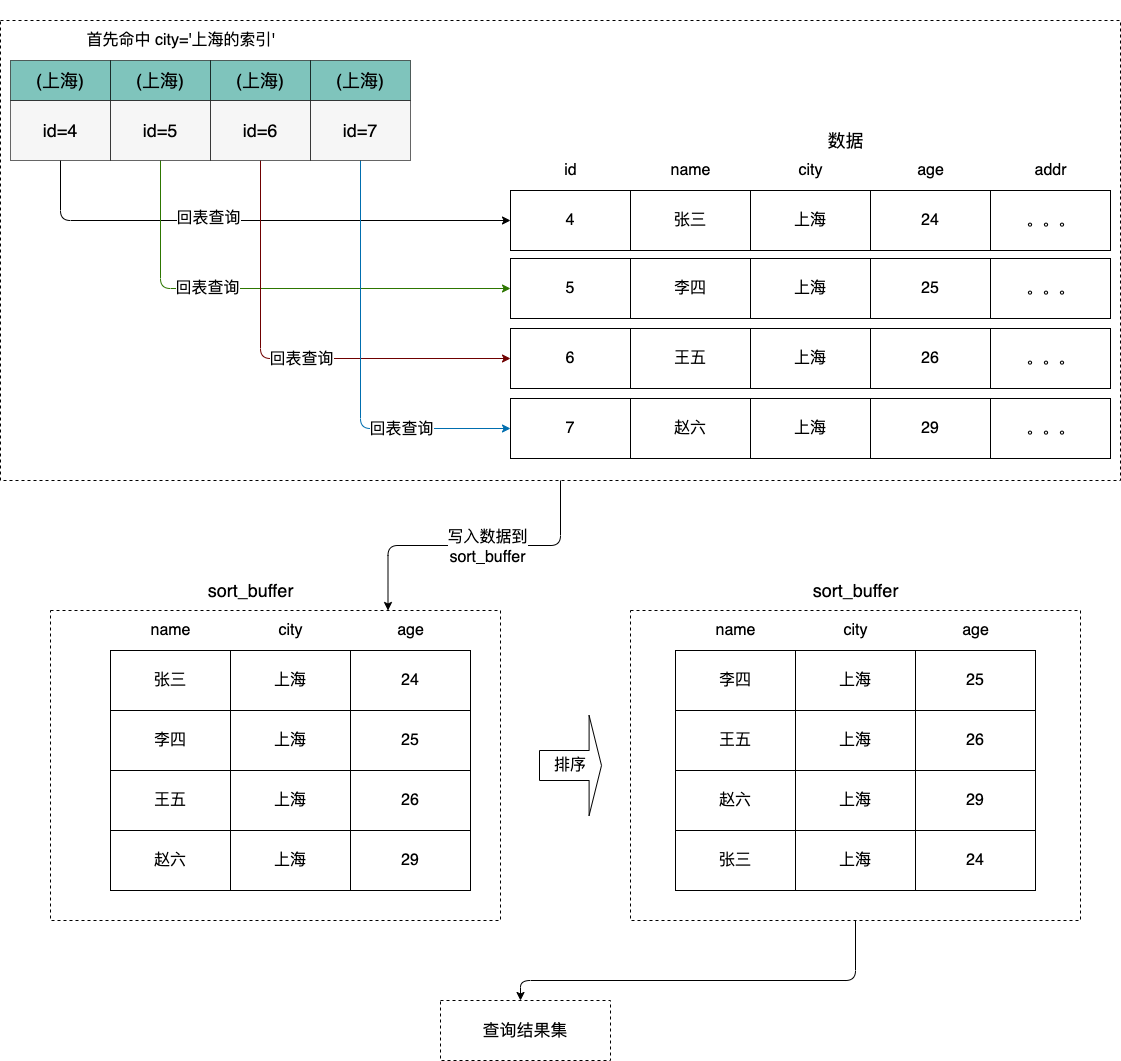
Above: img/mysql/mysql-order-by-all-date.png in boilingfrog/Go-POINT (draw.io), before the change. Source tidied: cells renumbered, new cells last; positions are measured from the earlier drawing's top-left corner, leaving out a move shared by most shapes.
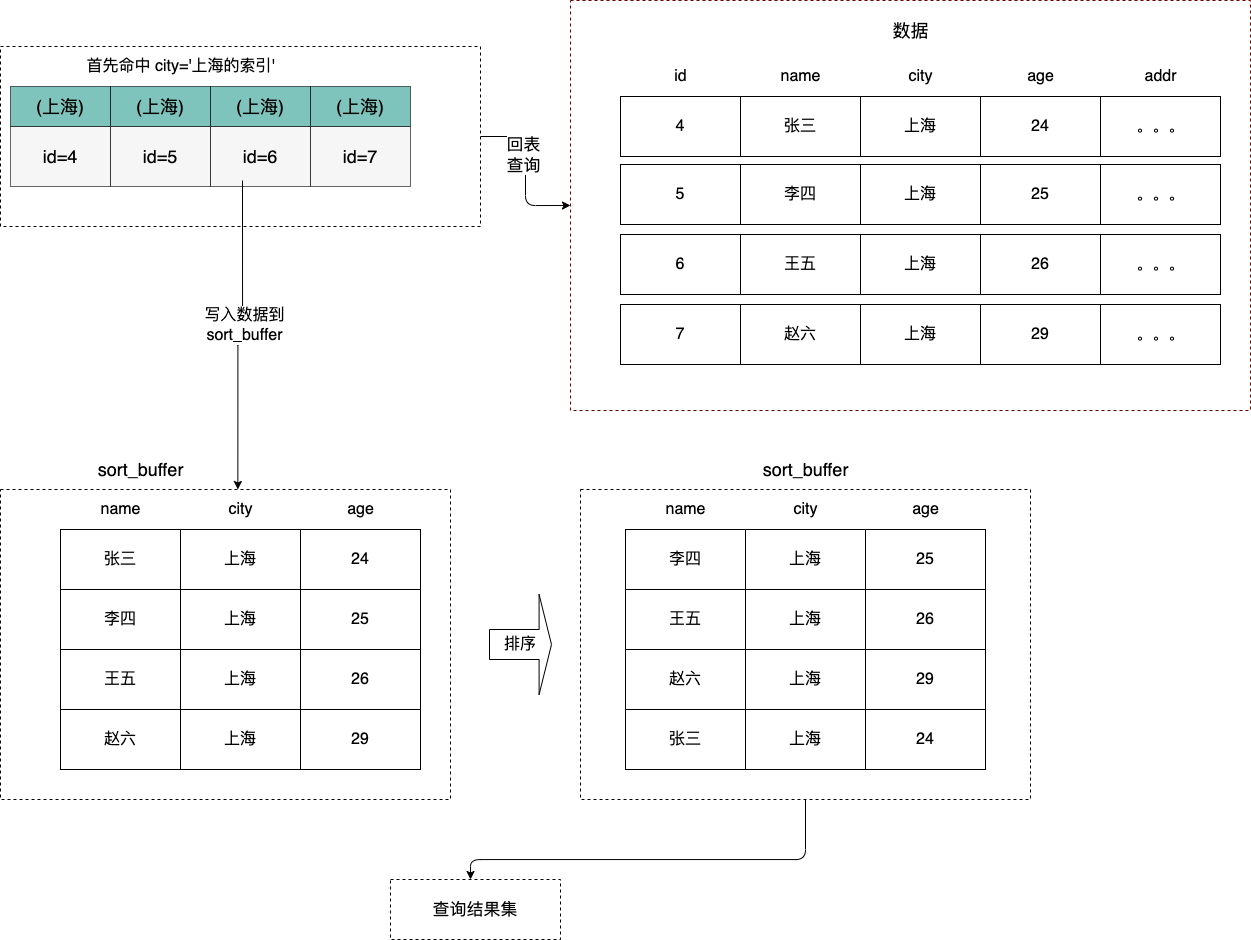
The same file after the commit.

What changed in the source:
```diff
@@ -4,2 +4,11 @@
     <mxCell id="1" parent="0" />
+    <mxCell id="86" style="edgeStyle=orthogonalEdgeStyle;html=1;entryX=0;entryY=0.5;entryDx=0;entryDy=0;fontSize=17;" parent="1" edge="1" source="84" target="88">
+      <mxGeometry relative="1" as="geometry" />
+    </mxCell>
+    <mxCell id="87" value="回表&lt;br&gt;查询" style="edgeLabel;html=1;align=center;verticalAlign=middle;fontSize=17;" parent="86" vertex="1">
+      <mxGeometry x="-0.22" y="-3" relative="1" as="geometry" />
+    </mxCell>
+    <mxCell id="84" style="rounded=0;whiteSpace=wrap;html=1;fillColor=none;dashed=1;" parent="1" vertex="1">
+      <mxGeometry x="50" y="167" width="480" height="180" as="geometry" />
+    </mxCell>
     <mxCell id="2" style="rounded=0;whiteSpace=wrap;html=1;fillColor=none;dashed=1;" parent="1" vertex="1">
@@ -20,147 +29,25 @@
     <mxCell id="5" value="(上海)" style="rounded=0;whiteSpace=wrap;html=1;fontSize=18;fillColor=#2A9D8F;opacity=60;" parent="1" vertex="1">
-      <mxGeometry x="10" y="60" width="100" height="40" as="geometry" />
+      <mxGeometry x="60" y="207" width="100" height="40" as="geometry" />
     </mxCell>
     <mxCell id="6" value="(上海)" style="rounded=0;whiteSpace=wrap;html=1;fontSize=18;fillColor=#2A9D8F;opacity=60;" parent="1" vertex="1">
-      <mxGeometry x="110" y="60" width="100" height="40" as="geometry" />
+      <mxGeometry x="160" y="207" width="100" height="40" as="geometry" />
     </mxCell>
     <mxCell id="7" value="(上海)" style="rounded=0;whiteSpace=wrap;html=1;fontSize=18;fillColor=#2A9D8F;opacity=60;" parent="1" vertex="1">
-      <mxGeometry x="210" y="60" width="100" height="40" as="geometry" />
+      <mxGeometry x="260" y="207" width="100" height="40" as="geometry" />
     </mxCell>
-    <mxCell id="8" style="edgeStyle=orthogonalEdgeStyle;html=1;entryX=0;entryY=0.5;entryDx=0;entryDy=0;" parent="1" edge="1" source="10" target="21">
-      <mxGeometry relative="1" as="geometry">
-        <Array as="points">
-          <mxPoint x="60" y="220" />
-        </Array>
-      </mxGeometry>
-    </mxCell>
-    <mxCell id="9" value="&lt;font style=&quot;font-size: 16px&quot;&gt;回表查询&lt;/font&gt;" style="edgeLabel;html=1;align=center;verticalAlign=middle;" parent="8" vertex="1">
-      <mxGeometry x="-0.19" y="3" relative="1" as="geometry" />
-    </mxCell>
     <mxCell id="10" value="id=4" style="rounded=0;whiteSpace=wrap;html=1;fontSize=18;fillColor=#F0F0F0;opacity=60;" parent="1" vertex="1">
-      <mxGeometry x="10" y="100" width="100" height="60" as="geometry" />
+      <mxGeometry x="60" y="247" width="100" height="60" as="geometry" />
     </mxCell>
-    <mxCell id="11" style="edgeStyle=orthogonalEdgeStyle;html=1;entryX=0;entryY=0.5;entryDx=0;entryDy=0;fillColor=#60a917;strokeColor=#2D7600;" parent="1" edge="1" source="13" target="23">
-      <mxGeometry relative="1" as="geometry">
-        <Array as="points">
-          <mxPoint x="160" y="288" />
-        </Array>
-      </mxGeometry>
-    </mxCell>
-    <mxCell id="12" value="回表查询" style="edgeLabel;html=1;align=center;verticalAlign=middle;fontSize=16;" parent="11" vertex="1">
-      <mxGeometry x="-0.27" y="1" relative="1" as="geometry" />
-    </mxCell>
     <mxCell id="13" value="id=5" style="rounded=0;whiteSpace=wrap;html=1;fontSize=18;fillColor=#F0F0F0;opacity=60;" parent="1" vertex="1">
-      <mxGeometry x="110" y="100" width="100" height="60" as="geometry" />
+      <mxGeometry x="160" y="247" width="100" height="60" as="geometry" />
     </mxCell>
-    <mxCell id="14" style="edgeStyle=orthogonalEdgeStyle;html=1;entryX=0;entryY=0.5;entryDx=0;entryDy=0;fillColor=#a20025;strokeColor=#6F0000;" parent="1" edge="1" source="16" target="25">
-      <mxGeometry relative="1" as="geometry">
-        <Array as="points">
-          <mxPoint x="260" y="358" />
-        </Array>
-      </mxGeometry>
-    </mxCell>
-    <mxCell id="15" value="回表查询" style="edgeLabel;html=1;align=center;verticalAlign=middle;fontSize=16;" parent="14" vertex="1">
-      <mxGeometry x="0.08" y="-1" relative="1" as="geometry">
-        <mxPoint x="-5" y="-1" as="offset" />
-      </mxGeometry>
-    </mxCell>
     <mxCell id="16" value="id=6" style="rounded=0;whiteSpace=wrap;html=1;fontSize=18;fillColor=#F0F0F0;opacity=60;" parent="1" vertex="1">
-      <mxGeometry x="210" y="100" width="100" height="60" as="geometry" />
+      <mxGeometry x="260" y="247" width="100" height="60" as="geometry" />
     </mxCell>
     <mxCell id="17" value="(上海)" style="rounded=0;whiteSpace=wrap;html=1;fontSize=18;fillColor=#2A9D8F;opacity=60;" parent="1" vertex="1">
-      <mxGeometry x="310" y="60" width="100" height="40" as="geometry" />
+      <mxGeometry x="360" y="207" width="100" height="40" as="geometry" />
     </mxCell>
-    <mxCell id="18" style="edgeStyle=orthogonalEdgeStyle;html=1;entryX=0;entryY=0.5;entryDx=0;entryDy=0;fillColor=#1ba1e2;strokeColor=#006EAF;" parent="1" edge="1" source="20" target="27">
-      <mxGeometry relative="1" as="geometry">
-        <Array as="points">
-          <mxPoint x="360" y="428" />
-        </Array>
-      </mxGeometry>
-    </mxCell>
-    <mxCell id="19" value="回表查询" style="edgeLabel;html=1;align=center;verticalAlign=middle;fontSize=16;" parent="18" vertex="1">
-      <mxGeometry x="0.61" y="-1" relative="1" as="geometry">
-        <mxPoint x="-29" y="-1" as="offset" />
-      </mxGeometry>
-    </mxCell>
     <mxCell id="20" value="id=7" style="rounded=0;whiteSpace=wrap;html=1;fontSize=18;fillColor=#F0F0F0;opacity=60;" parent="1" vertex="1">
-      <mxGeometry x="310" y="100" width="100" height="60" as="geometry" />
+      <mxGeometry x="360" y="247" width="100" height="60" as="geometry" />
     </mxCell>
-    <mxCell id="21" value="4" style="rounded=0;whiteSpace=wrap;html=1;fontSize=16;fillColor=none;" parent="1" vertex="1">
-      <mxGeometry x="510" y="190" width="120" height="60" as="geometry" />
-    </mxCell>
-    <mxCell id="22" value="张三" style="rounded=0;whiteSpace=wrap;html=1;fontSize=16;fillColor=none;" parent="1" vertex="1">
-      <mxGeometry x="630" y="190" width="120" height="60" as="geometry" />
-    </mxCell>
-    <mxCell id="23" value="5" style="rounded=0;whiteSpace=wrap;html=1;fontSize=16;fillColor=none;" parent="1" vertex="1">
-      <mxGeometry x="510" y="258" width="120" height="60" as="geometry" />
-    </mxCell>
-    <mxCell id="24" value="李四" style="rounded=0;whiteSpace=wrap;html=1;fontSize=16;fillColor=none;" parent="1" vertex="1">
-      <mxGeometry x="630" y="258" width="120" height="60" as="geometry" />
-    </mxCell>
-    <mxCell id="25" value="6" style="rounded=0;whiteSpace=wrap;html=1;fontSize=16;fillColor=none;" parent="1" vertex="1">
-      <mxGeometry x="510" y="328" width="120" height="60" as="geometry" />
-    </mxCell>
-    <mxCell id="26" value="王五" style="rounded=0;whiteSpace=wrap;html=1;fontSize=16;fillColor=none;" parent="1" vertex="1">
-      <mxGeometry x="630" y="328" width="120" height="60" as="geometry" />
-    </mxCell>
-    <mxCell id="27" value="7" style="rounded=0;whiteSpace=wrap;html=1;fontSize=16;fillColor=none;" parent="1" vertex="1">
-      <mxGeometry x="510" y="398" width="120" height="60" as="geometry" />
-    </mxCell>
-    <mxCell id="28" value="赵六" style="rounded=0;whiteSpace=wrap;html=1;fontSize=16;fillColor=none;" parent="1" vertex="1">
-      <mxGeometry x="630" y="398" width="120" height="60" as="geometry" />
-    </mxCell>
-    <mxCell id="29" value="&lt;font style=&quot;font-size: 18px&quot;&gt;数据&lt;/font&gt;" style="text;html=1;align=center;verticalAlign=middle;strokeColor=none;fillColor=none;" parent="1" vertex="1">
-      <mxGeometry x="820" y="130" width="50" height="20" as="geometry" />
-    </mxCell>
-    <mxCell id="30" value="上海" style="rounded=0;whiteSpace=wrap;html=1;fontSize=16;fillColor=none;" parent="1" vertex="1">
-      <mxGeometry x="750" y="190" width="120" height="60" as="geometry" />
-    </mxCell>
-    <mxCell id="31" value="&lt;font style=&quot;font-size: 16px&quot;&gt;id&lt;/font&gt;" style="text;html=1;align=center;verticalAlign=middle;strokeColor=none;fillColor=none;" parent="1" vertex="1">
-      <mxGeometry x="555" y="160" width="30" height="20" as="geometry" />
-    </mxCell>
-    <mxCell id="32" value="&lt;font style=&quot;font-size: 16px&quot;&gt;name&lt;/font&gt;" style="text;html=1;align=center;verticalAlign=middle;strokeColor=none;fillColor=none;" parent="1" vertex="1">
-      <mxGeometry x="660" y="160" width="60" height="20" as="geometry" />
-    </mxCell>
-    <mxCell id="33" value="&lt;font style=&quot;font-size: 16px&quot;&gt;city&lt;/font&gt;" style="text;html=1;align=center;verticalAlign=middle;strokeColor=none;fillColor=none;" parent="1" vertex="1">
-      <mxGeometry x="790" y="160" width="40" height="20" as="geometry" />
-    </mxCell>
-    <mxCell id="34" value="上海" style="rounded=0;whiteSpace=wrap;html=1;fontSize=16;fillColor=none;" parent="1" vertex="1">
-      <mxGeometry x="750" y="258" width="120" height="60" as="geometry" />
-    </mxCell>
-    <mxCell id="35" value="上海" style="rounded=0;whiteSpace=wrap;html=1;fontSize=16;fillColor=none;" parent="1" vertex="1">
-      <mxGeometry x="750" y="328" width="120" height="60" as="geometry" />
-    </mxCell>
-    <mxCell id="36" value="上海" style="rounded=0;whiteSpace=wrap;html=1;fontSize=16;fillColor=none;" parent="1" vertex="1">
-      <mxGeometry x="750" y="398" width="120" height="60" as="geometry" />
-    </mxCell>
-    <mxCell id="37" value="24" style="rounded=0;whiteSpace=wrap;html=1;fontSize=16;fillColor=none;" parent="1" vertex="1">
-      <mxGeometry x="870" y="190" width="120" height="60" as="geometry" />
-    </mxCell>
-    <mxCell id="38" value="。。。" style="rounded=0;whiteSpace=wrap;html=1;fontSize=16;fillColor=none;" parent="1" vertex="1">
-      <mxGeometry x="990" y="190" width="120" height="60" as="geometry" />
-    </mxCell>
-    <mxCell id="39" value="&lt;span style=&quot;font-size: 16px&quot;&gt;age&lt;/span&gt;" style="text;html=1;align=center;verticalAlign=middle;strokeColor=none;fillColor=none;" parent="1" vertex="1">
-      <mxGeometry x="910" y="160" width="40" height="20" as="geometry" />
-    </mxCell>
-    <mxCell id="40" value="&lt;font style=&quot;font-size: 16px&quot;&gt;addr&lt;/font&gt;" style="text;html=1;align=center;verticalAlign=middle;strokeColor=none;fillColor=none;" parent="1" vertex="1">
-      <mxGeometry x="1025" y="160" width="50" height="20" as="geometry" />
-    </mxCell>
-    <mxCell id="41" value="25" style="rounded=0;whiteSpace=wrap;html=1;fontSize=16;fillColor=none;" parent="1" vertex="1">
-      <mxGeometry x="870" y="258" width="120" height="60" as="geometry" />
-    </mxCell>
-    <mxCell id="42" value="。。。" style="rounded=0;whiteSpace=wrap;html=1;fontSize=16;fillColor=none;" parent="1" vertex="1">
-      <mxGeometry x="990" y="258" width="120" height="60" as="geometry" />
-    </mxCell>
-    <mxCell id="43" value="26" style="rounded=0;whiteSpace=wrap;html=1;fontSize=16;fillColor=none;" parent="1" vertex="1">
-      <mxGeometry x="870" y="328" width="120" height="60" as="geometry" />
-    </mxCell>
-    <mxCell id="44" value="。。。" style="rounded=0;whiteSpace=wrap;html=1;fontSize=16;fillColor=none;" parent="1" vertex="1">
-      <mxGeometry x="990" y="328" width="120" height="60" as="geometry" />
-    </mxCell>
-    <mxCell id="45" value="29" style="rounded=0;whiteSpace=wrap;html=1;fontSize=16;fillColor=none;" parent="1" vertex="1">
-      <mxGeometry x="870" y="398" width="120" height="60" as="geometry" />
-    </mxCell>
-    <mxCell id="46" value="。。。" style="rounded=0;whiteSpace=wrap;html=1;fontSize=16;fillColor=none;" parent="1" vertex="1">
-      <mxGeometry x="990" y="398" width="120" height="60" as="geometry" />
-    </mxCell>
     <mxCell id="47" value="张三" style="rounded=0;whiteSpace=wrap;html=1;fontSize=16;fillColor=none;" parent="1" vertex="1">
@@ -178,3 +65,3 @@
     <mxCell id="51" value="&lt;span style=&quot;font-size: 18px&quot;&gt;sort_buffer&lt;/span&gt;" style="text;html=1;align=center;verticalAlign=middle;strokeColor=none;fillColor=none;" parent="1" vertex="1">
-      <mxGeometry x="200" y="580" width="100" height="20" as="geometry" />
+      <mxGeometry x="140" y="580" width="100" height="20" as="geometry" />
     </mxCell>
@@ -264,10 +151,14 @@
     </mxCell>
-    <mxCell id="80" value="&lt;pre style=&quot;background-color: rgb(43 , 43 , 43)&quot;&gt;&lt;div style=&quot;background-color: rgb(30 , 30 , 30) ; line-height: 20px&quot;&gt;&lt;font color=&quot;#d4d4d4&quot; face=&quot;menlo, monaco, courier new, monospace&quot;&gt;&lt;span style=&quot;font-size: 13px&quot;&gt;&lt;br&gt;&lt;/span&gt;&lt;/font&gt;&lt;/div&gt;&lt;/pre&gt;" style="text;html=1;align=center;verticalAlign=middle;strokeColor=none;fillColor=none;fontSize=16;" parent="1" vertex="1">
-      <mxGeometry x="420" width="20" height="60" as="geometry" />
-    </mxCell>
     <mxCell id="81" value="首先命中 city='上海的索引'" style="text;html=1;align=center;verticalAlign=middle;strokeColor=none;fillColor=none;fontSize=16;" parent="1" vertex="1">
-      <mxGeometry x="80" y="30" width="200" height="20" as="geometry" />
+      <mxGeometry x="130" y="177" width="200" height="20" as="geometry" />
     </mxCell>
-    <mxCell id="82" style="edgeStyle=orthogonalEdgeStyle;html=1;fontSize=16;entryX=0.75;entryY=0;entryDx=0;entryDy=0;" parent="1" edge="1" source="84" target="4">
-      <mxGeometry relative="1" as="geometry" />
+    <mxCell id="82" style="edgeStyle=orthogonalEdgeStyle;html=1;fontSize=16;entryX=0.523;entryY=0;entryDx=0;entryDy=0;entryPerimeter=0;" parent="1" edge="1">
+      <mxGeometry relative="1" as="geometry">
+        <mxPoint x="292" y="301" as="sourcePoint" />
+        <mxPoint x="287.4" y="610" as="targetPoint" />
+        <Array as="points">
+          <mxPoint x="292" y="456" />
+          <mxPoint x="287" y="456" />
+        </Array>
+      </mxGeometry>
     </mxCell>
@@ -276,5 +167,2 @@
     </mxCell>
-    <mxCell id="84" style="rounded=0;whiteSpace=wrap;html=1;fillColor=none;dashed=1;" parent="1" vertex="1">
-      <mxGeometry y="20" width="1120" height="460" as="geometry" />
-    </mxCell>
     <mxCell id="85" value="&lt;font style=&quot;font-size: 17px&quot;&gt;查询结果集&lt;/font&gt;" style="rounded=0;whiteSpace=wrap;html=1;fillColor=none;dashed=1;" parent="1" vertex="1">
@@ -282,2 +170,83 @@
     </mxCell>
+    <mxCell id="88" style="rounded=0;whiteSpace=wrap;html=1;fillColor=none;dashed=1;strokeColor=#6F0000;" parent="1" vertex="1">
+      <mxGeometry x="620" y="121" width="680" height="410" as="geometry" />
+    </mxCell>
+    <mxCell id="21" value="4" style="rounded=0;whiteSpace=wrap;html=1;fontSize=16;fillColor=none;" parent="1" vertex="1">
+      <mxGeometry x="670" y="217" width="120" height="60" as="geometry" />
+    </mxCell>
+    <mxCell id="22" value="张三" style="rounded=0;whiteSpace=wrap;html=1;fontSize=16;fillColor=none;" parent="1" vertex="1">
+      <mxGeometry x="790" y="217" width="120" height="60" as="geometry" />
+    </mxCell>
+    <mxCell id="23" value="5" style="rounded=0;whiteSpace=wrap;html=1;fontSize=16;fillColor=none;" parent="1" vertex="1">
+      <mxGeometry x="670" y="285" width="120" height="60" as="geometry" />
+    </mxCell>
+    <mxCell id="24" value="李四" style="rounded=0;whiteSpace=wrap;html=1;fontSize=16;fillColor=none;" parent="1" vertex="1">
+      <mxGeometry x="790" y="285" width="120" height="60" as="geometry" />
+    </mxCell>
+    <mxCell id="25" value="6" style="rounded=0;whiteSpace=wrap;html=1;fontSize=16;fillColor=none;" parent="1" vertex="1">
+      <mxGeometry x="670" y="355" width="120" height="60" as="geometry" />
+    </mxCell>
+    <mxCell id="26" value="王五" style="rounded=0;whiteSpace=wrap;html=1;fontSize=16;fillColor=none;" parent="1" vertex="1">
+      <mxGeometry x="790" y="355" width="120" height="60" as="geometry" />
+    </mxCell>
+    <mxCell id="27" value="7" style="rounded=0;whiteSpace=wrap;html=1;fontSize=16;fillColor=none;" parent="1" vertex="1">
+      <mxGeometry x="670" y="425" width="120" height="60" as="geometry" />
+    </mxCell>
+    <mxCell id="28" value="赵六" style="rounded=0;whiteSpace=wrap;html=1;fontSize=16;fillColor=none;" parent="1" vertex="1">
+      <mxGeometry x="790" y="425" width="120" height="60" as="geometry" />
+    </mxCell>
+    <mxCell id="29" value="&lt;font style=&quot;font-size: 18px&quot;&gt;数据&lt;/font&gt;" style="text;html=1;align=center;verticalAlign=middle;strokeColor=none;fillColor=none;" parent="1" vertex="1">
+      <mxGeometry x="935" y="141" width="50" height="20" as="geometry" />
+    </mxCell>
+    <mxCell id="89" value="上海" style="rounded=0;whiteSpace=wrap;html=1;fontSize=16;fillColor=none;" parent="1" vertex="1">
+      <mxGeometry x="910" y="217" width="120" height="60" as="geometry" />
+    </mxCell>
+    <mxCell id="31" value="&lt;font style=&quot;font-size: 16px&quot;&gt;id&lt;/font&gt;" style="text;html=1;align=center;verticalAlign=middle;strokeColor=none;fillColor=none;" parent="1" vertex="1">
+      <mxGeometry x="715" y="187" width="30" height="20" as="geometry" />
+    </mxCell>
+    <mxCell id="32" value="&lt;font style=&quot;font-size: 16px&quot;&gt;name&lt;/font&gt;" style="text;html=1;align=center;verticalAlign=middle;strokeColor=none;fillColor=none;" parent="1" vertex="1">
+      <mxGeometry x="820" y="187" width="60" height="20" as="geometry" />
+    </mxCell>
+    <mxCell id="33" value="&lt;font style=&quot;font-size: 16px&quot;&gt;city&lt;/font&gt;" style="text;html=1;align=center;verticalAlign=middle;strokeColor=none;fillColor=none;" parent="1" vertex="1">
+      <mxGeometry x="950" y="187" width="40" height="20" as="geometry" />
+    </mxCell>
+    <mxCell id="90" value="上海" style="rounded=0;whiteSpace=wrap;html=1;fontSize=16;fillColor=none;" parent="1" vertex="1">
+      <mxGeometry x="910" y="285" width="120" height="60" as="geometry" />
+    </mxCell>
+    <mxCell id="91" value="上海" style="rounded=0;whiteSpace=wrap;html=1;fontSize=16;fillColor=none;" parent="1" vertex="1">
+      <mxGeometry x="910" y="355" width="120" height="60" as="geometry" />
+    </mxCell>
+    <mxCell id="92" value="上海" style="rounded=0;whiteSpace=wrap;html=1;fontSize=16;fillColor=none;" parent="1" vertex="1">
+      <mxGeometry x="910" y="425" width="120" height="60" as="geometry" />
+    </mxCell>
+    <mxCell id="37" value="24" style="rounded=0;whiteSpace=wrap;html=1;fontSize=16;fillColor=none;" parent="1" vertex="1">
+      <mxGeometry x="1030" y="217" width="120" height="60" as="geometry" />
+    </mxCell>
+    <mxCell id="93" value="。。。" style="rounded=0;whiteSpace=wrap;html=1;fontSize=16;fillColor=none;" parent="1" vertex="1">
+      <mxGeometry x="1150" y="217" width="120" height="60" as="geometry" />
+    </mxCell>
+    <mxCell id="39" value="&lt;span style=&quot;font-size: 16px&quot;&gt;age&lt;/span&gt;" style="text;html=1;align=center;verticalAlign=middle;strokeColor=none;fillColor=none;" parent="1" vertex="1">
+      <mxGeometry x="1070" y="187" width="40" height="20" as="geometry" />
+    </mxCell>
+    <mxCell id="40" value="&lt;font style=&quot;font-size: 16px&quot;&gt;addr&lt;/font&gt;" style="text;html=1;align=center;verticalAlign=middle;strokeColor=none;fillColor=none;" parent="1" vertex="1">
+      <mxGeometry x="1185" y="187" width="50" height="20" as="geometry" />
+    </mxCell>
+    <mxCell id="41" value="25" style="rounded=0;whiteSpace=wrap;html=1;fontSize=16;fillColor=none;" parent="1" vertex="1">
+      <mxGeometry x="1030" y="285" width="120" height="60" as="geometry" />
+    </mxCell>
+    <mxCell id="94" value="。。。" style="rounded=0;whiteSpace=wrap;html=1;fontSize=16;fillColor=none;" parent="1" vertex="1">
+      <mxGeometry x="1150" y="285" width="120" height="60" as="geometry" />
+    </mxCell>
+    <mxCell id="43" value="26" style="rounded=0;whiteSpace=wrap;html=1;fontSize=16;fillColor=none;" parent="1" vertex="1">
+      <mxGeometry x="1030" y="355" width="120" height="60" as="geometry" />
+    </mxCell>
+    <mxCell id="95" value="。。。" style="rounded=0;whiteSpace=wrap;html=1;fontSize=16;fillColor=none;" parent="1" vertex="1">
+      <mxGeometry x="1150" y="355" width="120" height="60" as="geometry" />
+    </mxCell>
+    <mxCell id="45" value="29" style="rounded=0;whiteSpace=wrap;html=1;fontSize=16;fillColor=none;" parent="1" vertex="1">
+      <mxGeometry x="1030" y="425" width="120" height="60" as="geometry" />
+    </mxCell>
+    <mxCell id="96" value="。。。" style="rounded=0;whiteSpace=wrap;html=1;fontSize=16;fillColor=none;" parent="1" vertex="1">
+      <mxGeometry x="1150" y="425" width="120" height="60" as="geometry" />
+    </mxCell>
   </root>
```
